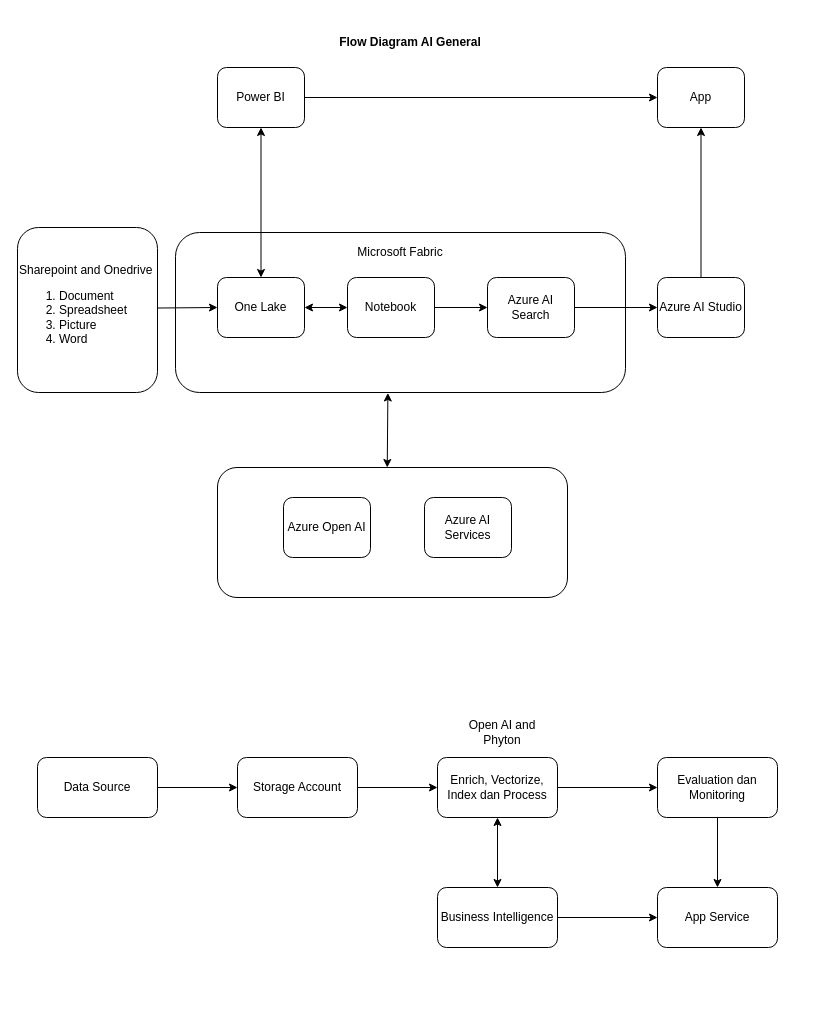
The draw.io diagram page "System 1" (3 of 16) of ISV Diagram.drawio in MiftahRizky/miftahr, before the edit. Source tidied: cells renumbered, new cells numbered last; positions are measured from the earlier drawing's top-left corner, leaving out a move shared by most shapes. Both pictures are drawn from the tidied source at 100%, with x=0, y=0 at pixel (17, 27).
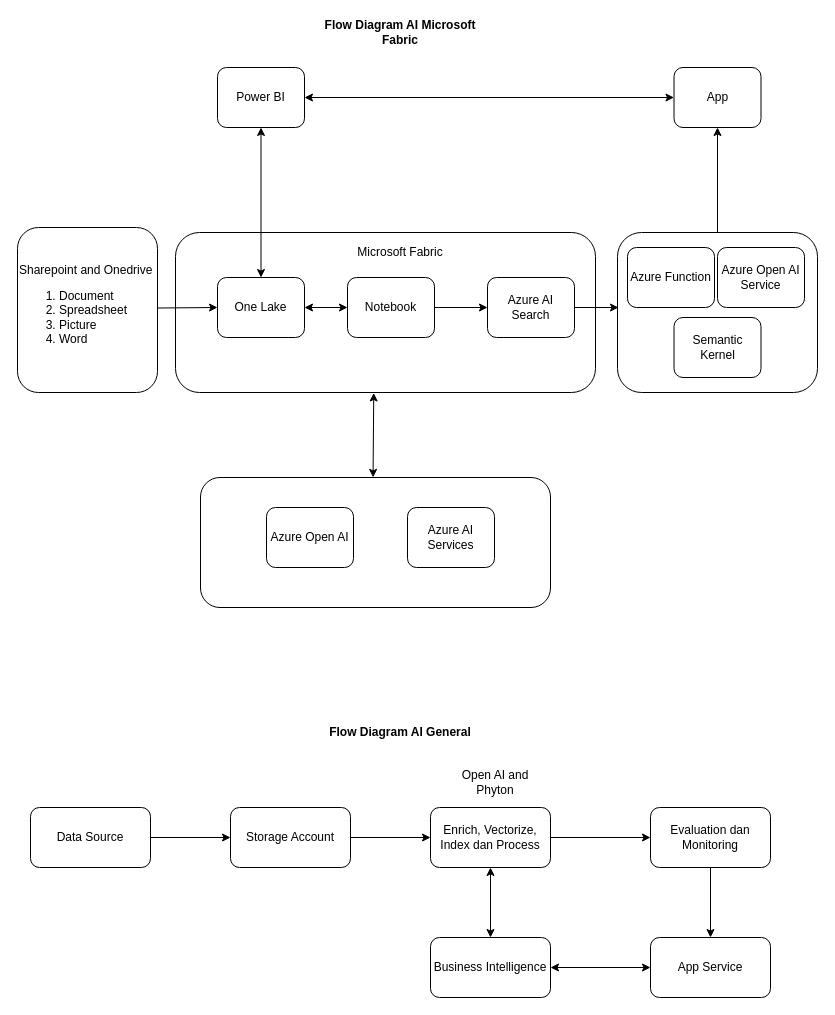
After the change.

Unchanged cells that the change refers to:
```xml
<mxCell id="10" value="Azure AI Search" style="rounded=1;whiteSpace=wrap;html=1;" parent="1" vertex="1">
  <mxGeometry x="470" y="250" width="87" height="60" as="geometry" />
</mxCell>
<mxCell id="18" value="Power BI" style="rounded=1;whiteSpace=wrap;html=1;" parent="1" vertex="1">
  <mxGeometry x="200" y="40" width="87" height="60" as="geometry" />
</mxCell>
```

Diff of the diagram source:
```diff
@@
     <mxCell id="2" style="rounded=1;whiteSpace=wrap;html=1;" parent="1" vertex="1">
-      <mxGeometry x="200" y="440" width="350" height="130" as="geometry" />
+      <mxGeometry x="183" y="450" width="350" height="130" as="geometry" />
     </mxCell>
     <mxCell id="3" style="rounded=1;whiteSpace=wrap;html=1;rotation=-90;" parent="1" vertex="1">
-      <mxGeometry x="303" y="60" width="160" height="450" as="geometry" />
+      <mxGeometry x="288" y="75" width="160" height="420" as="geometry" />
     </mxCell>
-    <mxCell id="4" value="&lt;b&gt;Flow Diagram AI General&lt;/b&gt;" style="text;html=1;align=center;verticalAlign=middle;whiteSpace=wrap;rounded=0;" parent="1" vertex="1">
-      <mxGeometry x="313" width="160" height="30" as="geometry" />
+    <mxCell id="4" value="&lt;b&gt;Flow Diagram AI Microsoft Fabric&lt;/b&gt;" style="text;html=1;align=center;verticalAlign=middle;whiteSpace=wrap;rounded=0;" parent="1" vertex="1">
+      <mxGeometry x="303" y="-10" width="160" height="30" as="geometry" />
     </mxCell>
     <mxCell id="5" value="App" style="rounded=1;whiteSpace=wrap;html=1;" parent="1" vertex="1">
-      <mxGeometry x="640" y="40" width="87" height="60" as="geometry" />
+      <mxGeometry x="656.5" y="40" width="87" height="60" as="geometry" />
     </mxCell>
@@
-    <mxCell id="7" value="Azure AI Studio" style="rounded=1;whiteSpace=wrap;html=1;" parent="1" vertex="1">
-      <mxGeometry x="640" y="250" width="87" height="60" as="geometry" />
-    </mxCell>
-    <mxCell id="8" style="endArrow=classic;html=1;rounded=0;entryX=0.5;entryY=1;entryDx=0;entryDy=0;exitX=0.5;exitY=0;exitDx=0;exitDy=0;" parent="1" edge="1" source="7" target="5">
+    <mxCell id="8" style="endArrow=classic;html=1;rounded=0;entryX=0.5;entryY=1;entryDx=0;entryDy=0;exitX=0.5;exitY=0;exitDx=0;exitDy=0;" parent="1" edge="1" source="37" target="5">
       <mxGeometry relative="1" as="geometry" />
     </mxCell>
@@
     <mxCell id="12" value="Azure Open AI" style="rounded=1;whiteSpace=wrap;html=1;" parent="1" vertex="1">
-      <mxGeometry x="266" y="470" width="87" height="60" as="geometry" />
+      <mxGeometry x="249" y="480" width="87" height="60" as="geometry" />
     </mxCell>
     <mxCell id="13" value="Azure AI Services" style="rounded=1;whiteSpace=wrap;html=1;" parent="1" vertex="1">
-      <mxGeometry x="407" y="470" width="87" height="60" as="geometry" />
+      <mxGeometry x="390" y="480" width="87" height="60" as="geometry" />
     </mxCell>
-    <mxCell id="14" style="endArrow=classic;startArrow=classic;html=1;rounded=0;exitX=0.485;exitY=0;exitDx=0;exitDy=0;exitPerimeter=0;entryX=-0.003;entryY=0.472;entryDx=0;entryDy=0;entryPerimeter=0;" parent="1" edge="1" source="2" target="3">
+    <mxCell id="14" style="endArrow=classic;startArrow=classic;html=1;rounded=0;exitX=0.493;exitY=-0.001;exitDx=0;exitDy=0;exitPerimeter=0;entryX=-0.003;entryY=0.472;entryDx=0;entryDy=0;entryPerimeter=0;" parent="1" edge="1" source="2" target="3">
       <mxGeometry relative="1" as="geometry" />
     </mxCell>
@@
-    <mxCell id="17" style="endArrow=classic;html=1;rounded=0;exitX=1;exitY=0.5;exitDx=0;exitDy=0;entryX=0;entryY=0.5;entryDx=0;entryDy=0;" parent="1" edge="1" source="10" target="7">
+    <mxCell id="17" style="endArrow=classic;html=1;rounded=0;exitX=1;exitY=0.5;exitDx=0;exitDy=0;entryX=0.005;entryY=0.469;entryDx=0;entryDy=0;entryPerimeter=0;" parent="1" edge="1" source="10" target="37">
       <mxGeometry relative="1" as="geometry" />
     </mxCell>
@@
-    <mxCell id="21" style="endArrow=classic;html=1;rounded=0;exitX=1;exitY=0.5;exitDx=0;exitDy=0;entryX=0;entryY=0.5;entryDx=0;entryDy=0;" parent="1" edge="1" source="18" target="5">
-      <mxGeometry relative="1" as="geometry" />
-    </mxCell>
@@
     <mxCell id="23" value="Data Source" style="rounded=1;whiteSpace=wrap;html=1;" parent="1" vertex="1">
-      <mxGeometry x="20" y="730" width="120" height="60" as="geometry" />
+      <mxGeometry x="13" y="780" width="120" height="60" as="geometry" />
     </mxCell>
     <mxCell id="24" value="Storage Account" style="rounded=1;whiteSpace=wrap;html=1;" parent="1" vertex="1">
-      <mxGeometry x="220" y="730" width="120" height="60" as="geometry" />
+      <mxGeometry x="213" y="780" width="120" height="60" as="geometry" />
     </mxCell>
     <mxCell id="25" value="Enrich, Vectorize, Index dan Process" style="rounded=1;whiteSpace=wrap;html=1;" parent="1" vertex="1">
-      <mxGeometry x="420" y="730" width="120" height="60" as="geometry" />
+      <mxGeometry x="413" y="780" width="120" height="60" as="geometry" />
     </mxCell>
     <mxCell id="26" value="Business Intelligence" style="rounded=1;whiteSpace=wrap;html=1;" parent="1" vertex="1">
-      <mxGeometry x="420" y="860" width="120" height="60" as="geometry" />
+      <mxGeometry x="413" y="910" width="120" height="60" as="geometry" />
     </mxCell>
@@
     <mxCell id="29" value="App Service" style="rounded=1;whiteSpace=wrap;html=1;" parent="1" vertex="1">
-      <mxGeometry x="640" y="860" width="120" height="60" as="geometry" />
+      <mxGeometry x="633" y="910" width="120" height="60" as="geometry" />
     </mxCell>
     <mxCell id="30" value="Evaluation dan Monitoring" style="rounded=1;whiteSpace=wrap;html=1;" parent="1" vertex="1">
-      <mxGeometry x="640" y="730" width="120" height="60" as="geometry" />
+      <mxGeometry x="633" y="780" width="120" height="60" as="geometry" />
     </mxCell>
@@
     <mxCell id="34" value="Open AI and Phyton" style="text;html=1;align=center;verticalAlign=middle;whiteSpace=wrap;rounded=0;" parent="1" vertex="1">
-      <mxGeometry x="450" y="680" width="70" height="50" as="geometry" />
+      <mxGeometry x="443" y="730" width="70" height="50" as="geometry" />
     </mxCell>
+    <mxCell id="36" value="&lt;b&gt;Flow Diagram AI General&lt;/b&gt;" style="text;html=1;align=center;verticalAlign=middle;whiteSpace=wrap;rounded=0;" parent="1" vertex="1">
+      <mxGeometry x="303" y="690" width="160" height="30" as="geometry" />
+    </mxCell>
+    <mxCell id="37" style="rounded=1;whiteSpace=wrap;html=1;" parent="1" vertex="1">
+      <mxGeometry x="600" y="205" width="200" height="160" as="geometry" />
+    </mxCell>
+    <mxCell id="7" value="Azure Function" style="rounded=1;whiteSpace=wrap;html=1;" parent="1" vertex="1">
+      <mxGeometry x="610" y="220" width="87" height="60" as="geometry" />
+    </mxCell>
+    <mxCell id="38" value="Azure Open AI Service" style="rounded=1;whiteSpace=wrap;html=1;" parent="1" vertex="1">
+      <mxGeometry x="700" y="220" width="87" height="60" as="geometry" />
+    </mxCell>
+    <mxCell id="39" value="Semantic Kernel" style="rounded=1;whiteSpace=wrap;html=1;" parent="1" vertex="1">
+      <mxGeometry x="656.5" y="290" width="87" height="60" as="geometry" />
+    </mxCell>
+    <mxCell id="21" style="endArrow=classic;startArrow=classic;html=1;rounded=0;exitX=1;exitY=0.5;exitDx=0;exitDy=0;entryX=0;entryY=0.5;entryDx=0;entryDy=0;" parent="1" edge="1" source="18" target="5">
+      <mxGeometry relative="1" as="geometry" />
+    </mxCell>
-    <mxCell id="35" style="endArrow=classic;html=1;rounded=0;exitX=1;exitY=0.5;exitDx=0;exitDy=0;entryX=0;entryY=0.5;entryDx=0;entryDy=0;" parent="1" edge="1" source="26" target="29">
+    <mxCell id="35" style="endArrow=classic;startArrow=classic;html=1;rounded=0;exitX=1;exitY=0.5;exitDx=0;exitDy=0;" parent="1" edge="1" source="26" target="29">
       <mxGeometry relative="1" as="geometry" />
     </mxCell>
```
